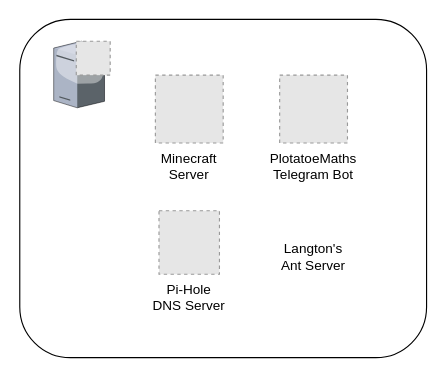
Earlier version of the draw.io diagram diagram.drawio (Wicmage/HomeServersDiagram). Source tidied: cells renumbered, new cells numbered last; positions are measured from the earlier drawing's top-left corner, leaving out a move shared by most shapes. Both pictures are drawn from the tidied source at 113%, with x=0, y=0 at pixel (19, 19). Pictures stored in the file or linked from it are replaced by grey dashed boxes.
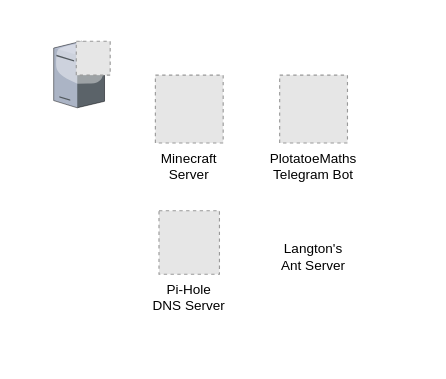
Above is the later version.

Diff of the diagram source:
```diff
@@
 <mxGraphModel background="#ffffff">
   <root>
     <mxCell id="0" />
     <mxCell id="1" parent="0" />
-    <mxCell id="2" style="rounded=1;whiteSpace=wrap;html=1;" parent="1" vertex="1">
-      <mxGeometry y="-0.4" width="360" height="299.4" as="geometry" />
-    </mxCell>
     <mxCell id="3" value="Minecraft&#10;Server&#10;" style="fillColor=#E6E6E6;strokeColor=#999999;dashed=1;verticalLabelPosition=bottom;labelBackgroundColor=#ffffff;verticalAlign=top;" parent="1" vertex="1">
       <mxGeometry x="120" y="49" width="60" height="60" as="geometry" />
     </mxCell>
     <mxCell id="4" value="PlotatoeMaths&#10;Telegram Bot&#10;" style="fillColor=#E6E6E6;strokeColor=#999999;dashed=1;verticalLabelPosition=bottom;labelBackgroundColor=#ffffff;verticalAlign=top;" parent="1" vertex="1">
       <mxGeometry x="230" y="49" width="60" height="60" as="geometry" />
     </mxCell>
     <mxCell id="5" value="Pi-Hole&#10;DNS Server&#10;" style="fillColor=#E6E6E6;strokeColor=#999999;dashed=1;verticalLabelPosition=bottom;labelBackgroundColor=#ffffff;verticalAlign=top;" parent="1" vertex="1">
       <mxGeometry x="123.2" y="169" width="53.5" height="56.2" as="geometry" />
     </mxCell>
     <mxCell id="6" style="verticalLabelPosition=bottom;html=1;verticalAlign=top;strokeColor=none;shape=mxgraph.citrix.tower_server;rounded=0;shadow=0;comic=0;fontFamily=Verdana;" parent="1" vertex="1">
       <mxGeometry x="30" y="19" width="45" height="58.9" as="geometry" />
     </mxCell>
     <mxCell id="7" style="fillColor=#E6E6E6;strokeColor=#999999;dashed=1;verticalLabelPosition=bottom;labelBackgroundColor=#ffffff;verticalAlign=top;" parent="1" vertex="1">
       <mxGeometry x="50" y="19" width="30" height="30" as="geometry" />
     </mxCell>
     <mxCell id="8" value="Langton's Ant Server" style="text;html=1;strokeColor=none;fillColor=none;align=center;verticalAlign=middle;whiteSpace=wrap;rounded=0;" parent="1" vertex="1">
       <mxGeometry x="230" y="195.2" width="60" height="30" as="geometry" />
     </mxCell>
   </root>
 </mxGraphModel>
```
